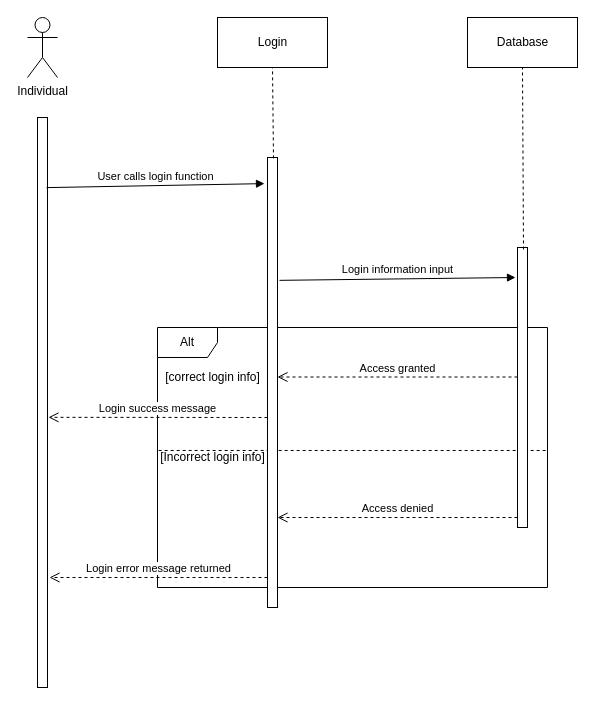
The draw.io diagram page "login" (1 of 3) of sequence_curse.drawio in peterklem/CURSE, before the edit. Source tidied: cells renumbered, new cells numbered last; positions are measured from the earlier drawing's top-left corner, leaving out a move shared by most shapes. Both pictures are drawn from the tidied source at 100%, with x=0, y=0 at pixel (27, 17).
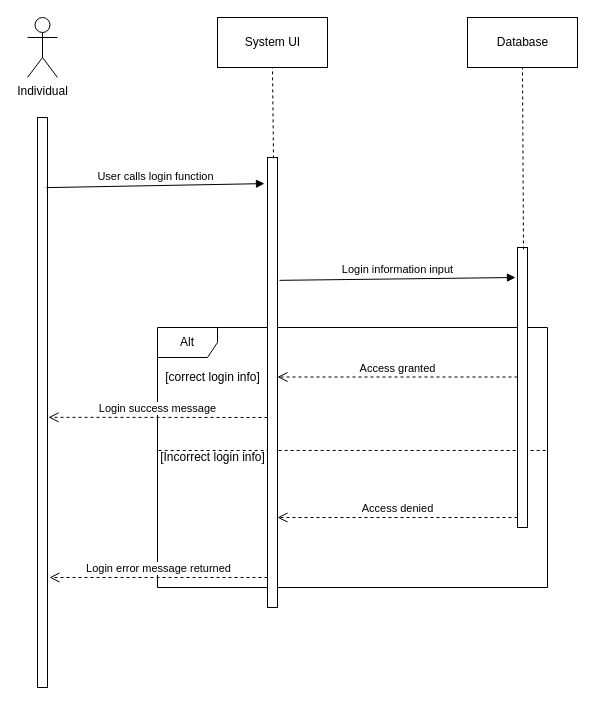
After the change.

What changed in the source:
```diff
@@
-    <mxCell id="7" value="Login" style="html=1;" parent="1" vertex="1">
+    <mxCell id="7" value="System UI" style="html=1;" parent="1" vertex="1">
       <mxGeometry x="190" width="110" height="50" as="geometry" />
     </mxCell>
```
